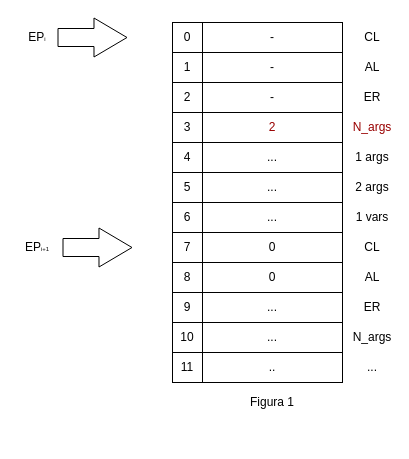
Earlier version of the draw.io diagram page "Page-1" (1 of 3) of diagramas/Registo.drawio (Tiago-Matinho/LP). Source tidied: cells renumbered, new cells numbered last; positions are measured from the earlier drawing's top-left corner, leaving out a move shared by most shapes. Both pictures are drawn from the tidied source at 100%, with x=0, y=0 at pixel (17, 22).
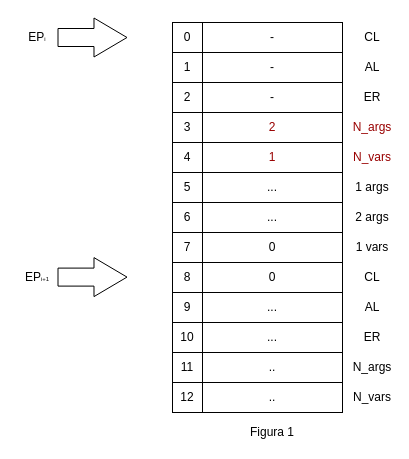
The same page after the edit.

The edit, as a diff of the source:
```diff
@@
-    <mxCell id="18" value="..." style="rounded=0;whiteSpace=wrap;html=1;" parent="1" vertex="1">
+    <mxCell id="18" value="&lt;font color=&quot;#990000&quot;&gt;1&lt;/font&gt;" style="rounded=0;whiteSpace=wrap;html=1;" parent="1" vertex="1">
       <mxGeometry x="185" y="120" width="140" height="30" as="geometry" />
     </mxCell>
@@
     <mxCell id="29" value="1 args" style="text;html=1;strokeColor=none;fillColor=none;align=center;verticalAlign=middle;whiteSpace=wrap;rounded=0;" parent="1" vertex="1">
-      <mxGeometry x="335" y="125" width="40" height="20" as="geometry" />
+      <mxGeometry x="335" y="155" width="40" height="20" as="geometry" />
     </mxCell>
     <mxCell id="30" value="1 vars" style="text;html=1;strokeColor=none;fillColor=none;align=center;verticalAlign=middle;whiteSpace=wrap;rounded=0;" parent="1" vertex="1">
-      <mxGeometry x="335" y="185" width="40" height="20" as="geometry" />
+      <mxGeometry x="335" y="215" width="40" height="20" as="geometry" />
     </mxCell>
@@
     <mxCell id="33" value="2 args" style="text;html=1;strokeColor=none;fillColor=none;align=center;verticalAlign=middle;whiteSpace=wrap;rounded=0;" parent="1" vertex="1">
-      <mxGeometry x="335" y="155" width="40" height="20" as="geometry" />
+      <mxGeometry x="335" y="185" width="40" height="20" as="geometry" />
     </mxCell>
     <mxCell id="34" value="CL" style="text;html=1;strokeColor=none;fillColor=none;align=center;verticalAlign=middle;whiteSpace=wrap;rounded=0;" parent="1" vertex="1">
-      <mxGeometry x="335" y="215" width="40" height="20" as="geometry" />
+      <mxGeometry x="335" y="245" width="40" height="20" as="geometry" />
     </mxCell>
     <mxCell id="35" value="AL" style="text;html=1;strokeColor=none;fillColor=none;align=center;verticalAlign=middle;whiteSpace=wrap;rounded=0;" parent="1" vertex="1">
-      <mxGeometry x="335" y="245" width="40" height="20" as="geometry" />
+      <mxGeometry x="335" y="275" width="40" height="20" as="geometry" />
     </mxCell>
     <mxCell id="36" value="ER" style="text;html=1;strokeColor=none;fillColor=none;align=center;verticalAlign=middle;whiteSpace=wrap;rounded=0;" parent="1" vertex="1">
-      <mxGeometry x="335" y="275" width="40" height="20" as="geometry" />
+      <mxGeometry x="335" y="305" width="40" height="20" as="geometry" />
     </mxCell>
@@
     <mxCell id="38" value="N_args" style="text;html=1;strokeColor=none;fillColor=none;align=center;verticalAlign=middle;whiteSpace=wrap;rounded=0;" parent="1" vertex="1">
-      <mxGeometry x="335" y="305" width="40" height="20" as="geometry" />
+      <mxGeometry x="335" y="335" width="40" height="20" as="geometry" />
     </mxCell>
-    <mxCell id="39" value="..." style="text;html=1;strokeColor=none;fillColor=none;align=center;verticalAlign=middle;whiteSpace=wrap;rounded=0;" parent="1" vertex="1">
-      <mxGeometry x="335" y="335" width="40" height="20" as="geometry" />
+    <mxCell id="39" value="N_vars" style="text;html=1;strokeColor=none;fillColor=none;align=center;verticalAlign=middle;whiteSpace=wrap;rounded=0;" parent="1" vertex="1">
+      <mxGeometry x="335" y="365" width="40" height="20" as="geometry" />
     </mxCell>
     <mxCell id="40" style="shape=flexArrow;endArrow=classic;html=1;width=18;endSize=10.67;" parent="1" edge="1">
       <mxGeometry relative="1" as="geometry">
-        <mxPoint x="45" y="225" as="sourcePoint" />
-        <mxPoint x="115" y="225" as="targetPoint" />
+        <mxPoint x="40" y="254.6" as="sourcePoint" />
+        <mxPoint x="110" y="254.6" as="targetPoint" />
       </mxGeometry>
     </mxCell>
     <mxCell id="41" value="Figura 1" style="text;html=1;strokeColor=none;fillColor=none;align=center;verticalAlign=middle;whiteSpace=wrap;rounded=0;" parent="1" vertex="1">
-      <mxGeometry x="220" y="370" width="70" height="20" as="geometry" />
+      <mxGeometry x="220" y="400" width="70" height="20" as="geometry" />
     </mxCell>
     <mxCell id="42" value="EP&lt;font style=&quot;font-size: 6px&quot;&gt;i+1&lt;/font&gt;" style="text;html=1;strokeColor=none;fillColor=none;align=center;verticalAlign=middle;whiteSpace=wrap;rounded=0;" parent="1" vertex="1">
-      <mxGeometry y="215" width="40" height="20" as="geometry" />
+      <mxGeometry y="245" width="40" height="20" as="geometry" />
     </mxCell>
+    <mxCell id="43" value="12" style="rounded=0;whiteSpace=wrap;html=1;" parent="1" vertex="1">
+      <mxGeometry x="155" y="360" width="30" height="30" as="geometry" />
+    </mxCell>
+    <mxCell id="44" value=".." style="rounded=0;whiteSpace=wrap;html=1;" parent="1" vertex="1">
+      <mxGeometry x="185" y="360" width="140" height="30" as="geometry" />
+    </mxCell>
+    <mxCell id="45" value="&lt;font color=&quot;#990000&quot;&gt;N_vars&lt;/font&gt;" style="text;html=1;strokeColor=none;fillColor=none;align=center;verticalAlign=middle;whiteSpace=wrap;rounded=0;" parent="1" vertex="1">
+      <mxGeometry x="335" y="125" width="40" height="20" as="geometry" />
+    </mxCell>
```
